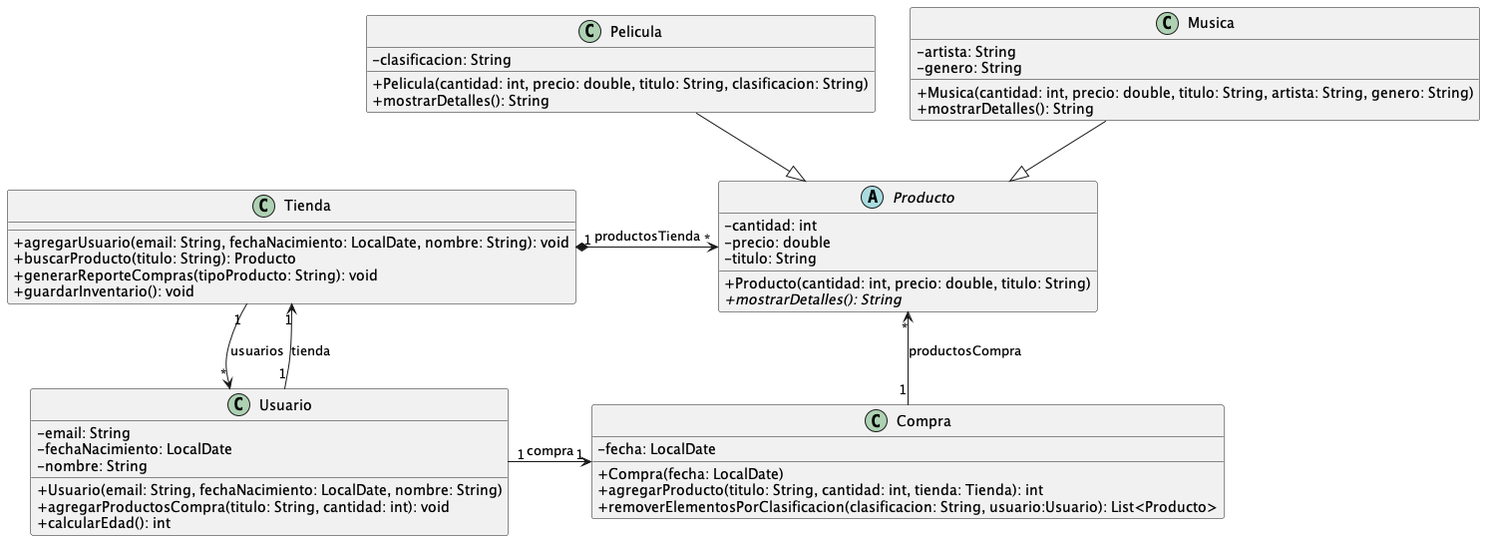
This is assets/Parcial2-2430-diagramas.png from clase-programacion-avanzada/Parcial2_2430, a PlantUML export, as it was before one commit. Its diagram source:
```plantuml
@startuml
skinparam classAttributeIconSize 0

abstract class Producto {
    - cantidad: int
    - precio: double
    - titulo: String

    + Producto(cantidad: int, precio: double, titulo: String)
    + {abstract} mostrarDetalles(): String

}

class Pelicula  {
    - clasificacion: String

    + Pelicula(cantidad: int, precio: double, titulo: String, clasificacion: String)
    + mostrarDetalles(): String
}

class Musica {
    - artista: String
    - genero: String

    + Musica(cantidad: int, precio: double, titulo: String, artista: String, genero: String)
    + mostrarDetalles(): String
}

class Compra {
    - fecha: LocalDate

    + Compra(fecha: LocalDate)
    + agregarProducto(titulo: String, cantidad: int, tienda: Tienda): int
    + removerElementosPorClasificacion(clasificacion: String, usuario:Usuario): List<Producto>

}

class Usuario {
   - email: String
   - fechaNacimiento: LocalDate
   - nombre: String

    + Usuario(email: String, fechaNacimiento: LocalDate, nombre: String)
    + agregarProductosCompra(titulo: String, cantidad: int): void
    + calcularEdad(): int
}

class Tienda {
    + agregarUsuario(email: String, fechaNacimiento: LocalDate, nombre: String): void
    + buscarProducto(titulo: String): Producto
    + generarReporteCompras(tipoProducto: String): void
    + guardarInventario(): void
}

skinparam groupInheritance 1
Pelicula --|> Producto
Musica --|> Producto

Usuario "1" -right> "1" Compra : compra
Compra "1" -up-> "*" Producto : productosCompra
Tienda "1" -down-> "*" Usuario : usuarios
Usuario "1" -up-> "1" Tienda : tienda
Tienda "1" *-> "*" Producto : productosTienda

@enduml
```
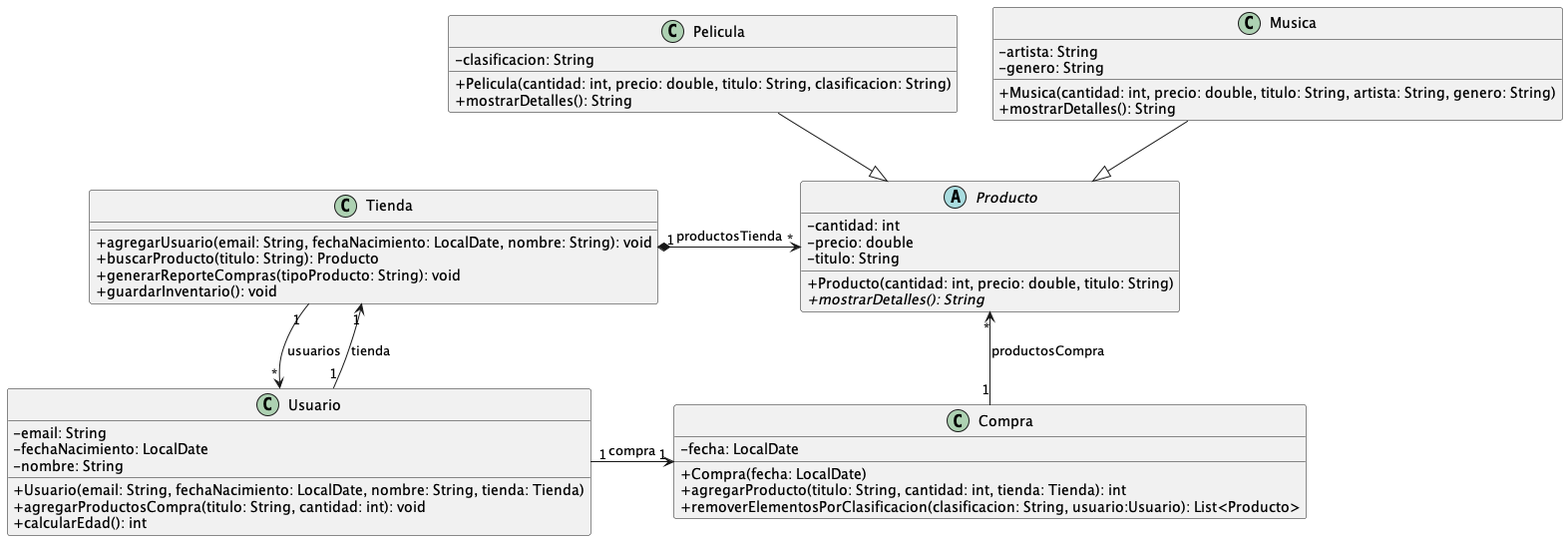
After the commit.

What changed in the source:
```diff
@@ -40,7 +40,7 @@
    - fechaNacimiento: LocalDate
    - nombre: String
 
-    + Usuario(email: String, fechaNacimiento: LocalDate, nombre: String)
+    + Usuario(email: String, fechaNacimiento: LocalDate, nombre: String, tienda: Tienda)
     + agregarProductosCompra(titulo: String, cantidad: int): void
     + calcularEdad(): int
 }
```
